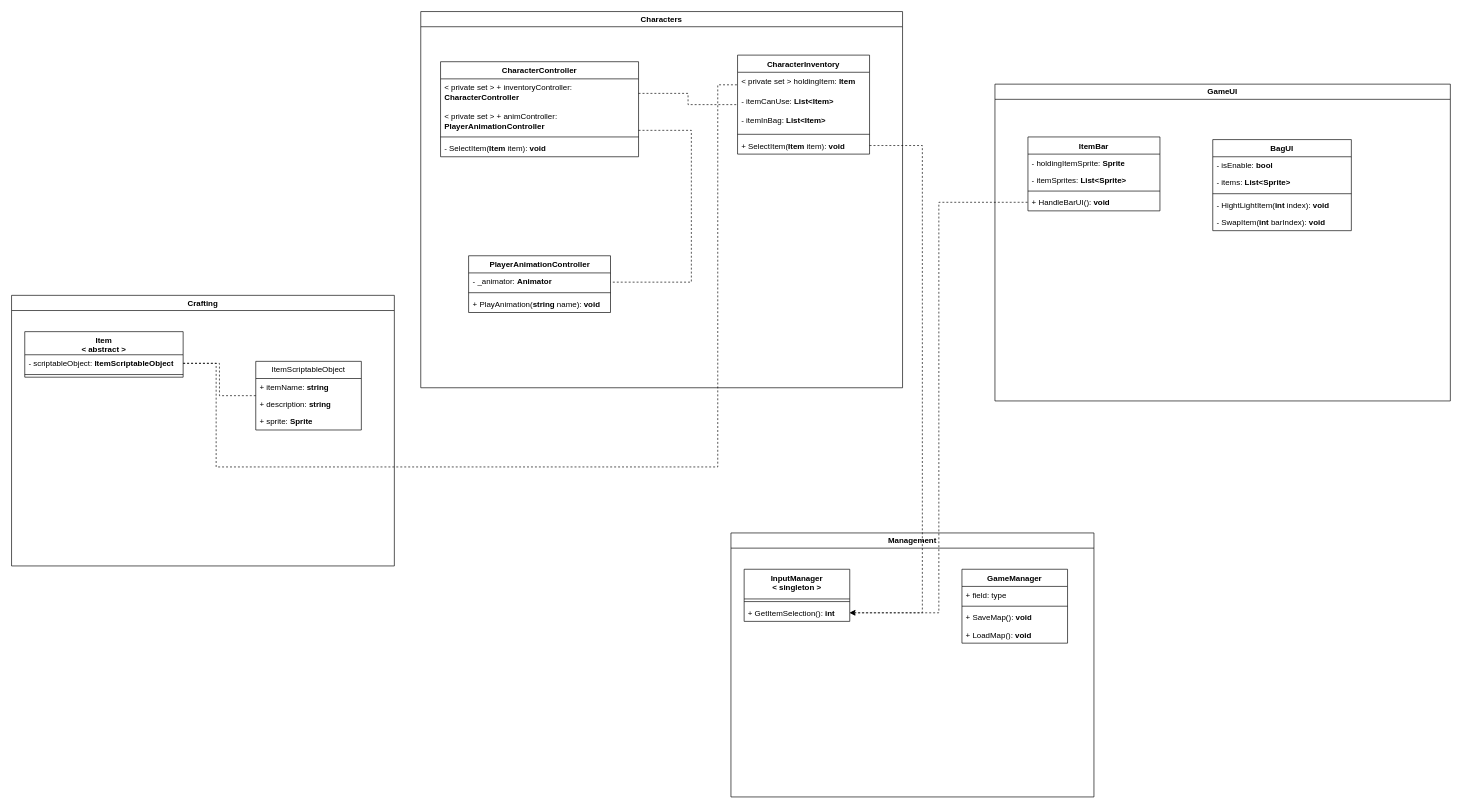
Above: page "Page-4" (4 of 4) of Document/Diagrams/sunny_field_classes.drawio in linhh563/sunny-fields (draw.io), before the change. Source tidied: cells renumbered, new cells numbered last; positions are measured from the earlier drawing's top-left corner, leaving out a move shared by most shapes. Both pictures are drawn from the tidied source at 66%, with x=0, y=0 at pixel (11, 11).
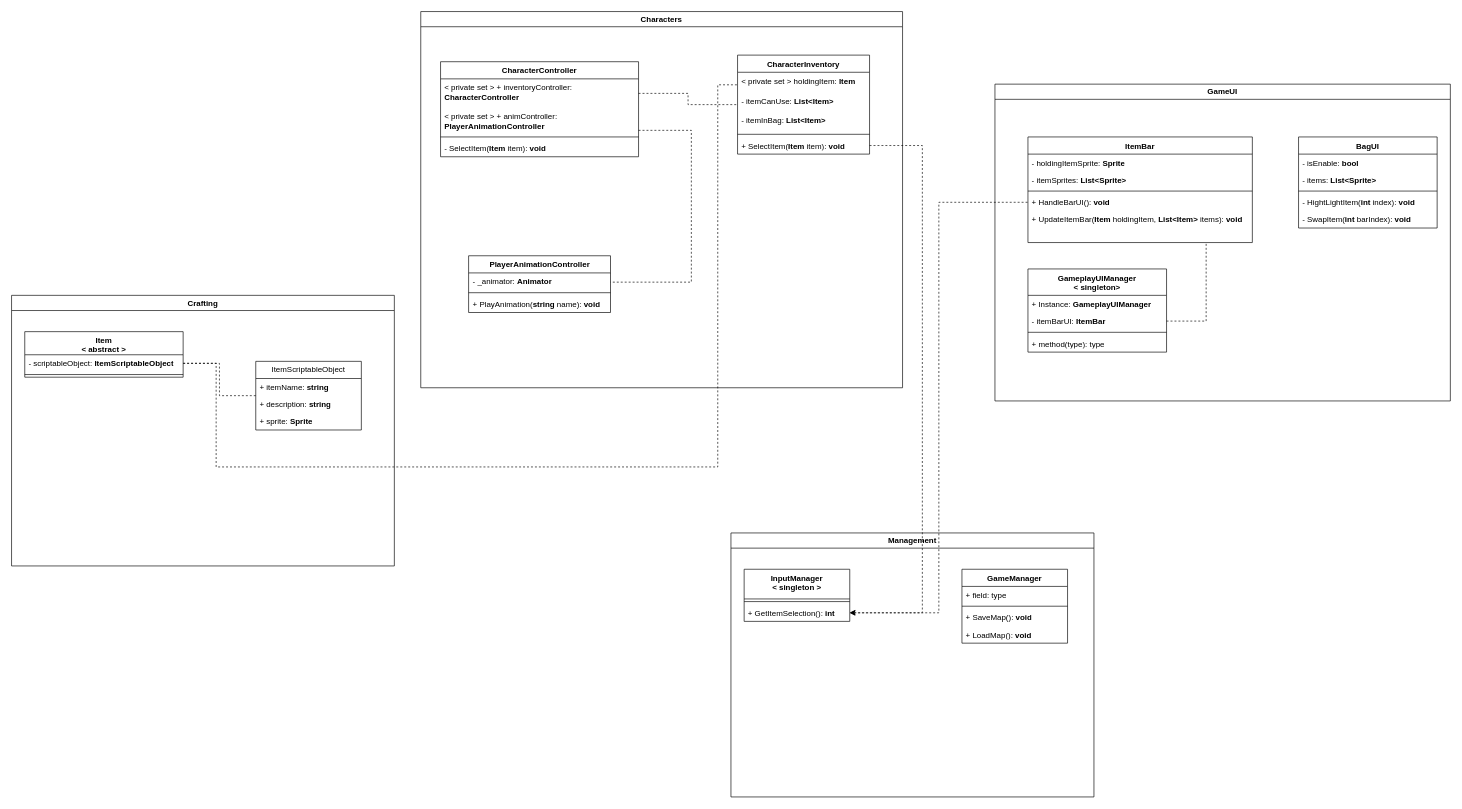
The same diagram, later.

The change refers to these unchanged cells:
```xml
<mxCell id="2" value="GameUI" style="swimlane;whiteSpace=wrap;html=1;" parent="1" vertex="1">
  <mxGeometry x="1490" y="110" width="690" height="480" as="geometry" />
</mxCell>
```

The edit, as a diff of the source:
```diff
@@
     <mxCell id="3" value="ItemBar" style="swimlane;fontStyle=1;align=center;verticalAlign=top;horizontal=1;startSize=26;whiteSpace=wrap;html=1;" parent="2" vertex="1">
-      <mxGeometry x="50" y="80" width="200" height="112" as="geometry" />
+      <mxGeometry x="50" y="80" width="340" height="160" as="geometry" />
     </mxCell>
     <mxCell id="4" value="- holdingItemSprite: &lt;b&gt;Sprite&lt;/b&gt;" style="text;strokeColor=none;fillColor=none;align=left;verticalAlign=top;spacingLeft=4;spacingRight=4;overflow=hidden;whiteSpace=wrap;html=1;" parent="3" vertex="1">
-      <mxGeometry y="26" width="200" height="26" as="geometry" />
+      <mxGeometry y="26" width="340" height="26" as="geometry" />
     </mxCell>
     <mxCell id="5" value="- itemSprites: &lt;b&gt;List&amp;lt;Sprite&amp;gt;&lt;/b&gt;" style="text;strokeColor=none;fillColor=none;align=left;verticalAlign=top;spacingLeft=4;spacingRight=4;overflow=hidden;whiteSpace=wrap;html=1;" parent="3" vertex="1">
-      <mxGeometry y="52" width="200" height="26" as="geometry" />
+      <mxGeometry y="52" width="340" height="26" as="geometry" />
     </mxCell>
     <mxCell id="6" style="line;strokeWidth=1;fillColor=none;align=left;verticalAlign=middle;spacingTop=-1;spacingLeft=3;spacingRight=3;labelPosition=right;strokeColor=inherit;" parent="3" vertex="1">
-      <mxGeometry y="78" width="200" height="8" as="geometry" />
+      <mxGeometry y="78" width="340" height="8" as="geometry" />
     </mxCell>
     <mxCell id="7" value="+ HandleBarUI(): &lt;b&gt;void&lt;/b&gt;" style="text;strokeColor=none;fillColor=none;align=left;verticalAlign=top;spacingLeft=4;spacingRight=4;overflow=hidden;points=[[0,0.5],[1,0.5]];portConstraint=eastwest;whiteSpace=wrap;html=1;" parent="3" vertex="1">
-      <mxGeometry y="86" width="200" height="26" as="geometry" />
+      <mxGeometry y="86" width="340" height="26" as="geometry" />
     </mxCell>
+    <mxCell id="53" value="+ UpdateItemBar(&lt;b&gt;Item &lt;/b&gt;holdingItem, &lt;b&gt;List&amp;lt;Item&amp;gt; &lt;/b&gt;items): &lt;b&gt;void&lt;/b&gt;" style="text;strokeColor=none;fillColor=none;align=left;verticalAlign=top;spacingLeft=4;spacingRight=4;overflow=hidden;whiteSpace=wrap;html=1;" parent="3" vertex="1">
+      <mxGeometry y="112" width="340" height="48" as="geometry" />
+    </mxCell>
     <mxCell id="8" value="BagUI" style="swimlane;fontStyle=1;align=center;verticalAlign=top;horizontal=1;startSize=26;whiteSpace=wrap;html=1;" parent="2" vertex="1">
-      <mxGeometry x="330" y="84" width="210" height="138" as="geometry" />
+      <mxGeometry x="460" y="80" width="210" height="138" as="geometry" />
     </mxCell>
@@
+    <mxCell id="54" value="GameplayUIManager&lt;div&gt;&amp;lt; singleton&amp;gt;&lt;/div&gt;" style="swimlane;fontStyle=1;align=center;verticalAlign=top;horizontal=1;startSize=40;whiteSpace=wrap;html=1;" parent="2" vertex="1">
+      <mxGeometry x="50" y="280" width="210" height="126" as="geometry" />
+    </mxCell>
+    <mxCell id="55" value="+ Instance:&lt;b&gt; GameplayUIManager&lt;/b&gt;" style="text;strokeColor=none;fillColor=none;align=left;verticalAlign=top;spacingLeft=4;spacingRight=4;overflow=hidden;whiteSpace=wrap;html=1;" parent="54" vertex="1">
+      <mxGeometry y="40" width="210" height="26" as="geometry" />
+    </mxCell>
+    <mxCell id="56" value="- itemBarUI: &lt;b&gt;ItemBar&lt;/b&gt;" style="text;strokeColor=none;fillColor=none;align=left;verticalAlign=top;spacingLeft=4;spacingRight=4;overflow=hidden;points=[[0,0.5],[1,0.5]];portConstraint=eastwest;whiteSpace=wrap;html=1;" parent="54" vertex="1">
+      <mxGeometry y="66" width="210" height="26" as="geometry" />
+    </mxCell>
+    <mxCell id="57" style="line;strokeWidth=1;fillColor=none;align=left;verticalAlign=middle;spacingTop=-1;spacingLeft=3;spacingRight=3;labelPosition=right;strokeColor=inherit;" parent="54" vertex="1">
+      <mxGeometry y="92" width="210" height="8" as="geometry" />
+    </mxCell>
+    <mxCell id="58" value="+ method(type): type" style="text;strokeColor=none;fillColor=none;align=left;verticalAlign=top;spacingLeft=4;spacingRight=4;overflow=hidden;whiteSpace=wrap;html=1;" parent="54" vertex="1">
+      <mxGeometry y="100" width="210" height="26" as="geometry" />
+    </mxCell>
+    <mxCell id="59" style="edgeStyle=orthogonalEdgeStyle;rounded=0;jettySize=auto;html=1;dashed=1;endArrow=none;startFill=0;" parent="2" edge="1" source="56" target="3">
+      <mxGeometry relative="1" as="geometry">
+        <Array as="points">
+          <mxPoint x="320" y="359" />
+          <mxPoint x="320" y="136" />
+        </Array>
+      </mxGeometry>
+    </mxCell>
```
